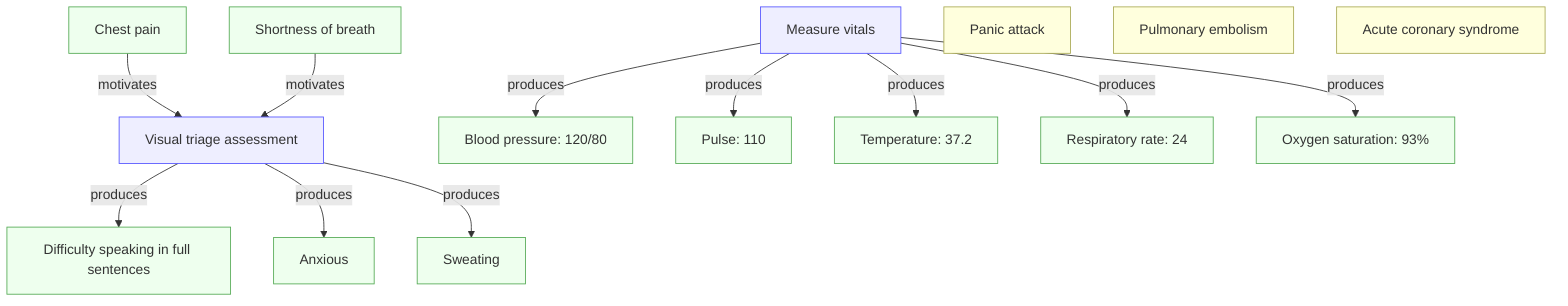
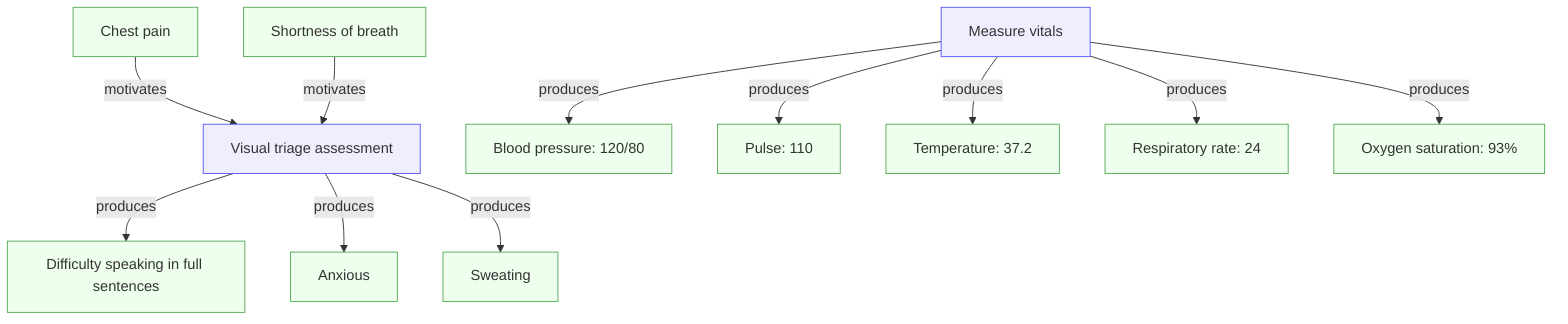
flowchart TD
  O1["Chest pain"]
  O2["Shortness of breath"]

  A1["Visual triage assessment"]
  O6["Difficulty speaking in full sentences"]
  O7["Anxious"]
  O8["Sweating"]

  A2["Measure vitals"]
  O3["Blood pressure: 120/80"]
  O4["Pulse: 110"]
  O5["Temperature: 37.2"]
  O9["Respiratory rate: 24"]
  O10["Oxygen saturation: 93%"]

  O1 -->|motivates| A1
  O2 -->|motivates| A1

  A1 -->|produces| O6
  A1 -->|produces| O7
  A1 -->|produces| O8

  A2 -->|produces| O3
  A2 -->|produces| O4
  A2 -->|produces| O5
  A2 -->|produces| O9
  A2 -->|produces| O10


-   H1["Panic attack"]
-   H2["Pulmonary embolism"]
-   H3["Acute coronary syndrome"]
+   %% H1["Panic attack"]
+   %% H2["Pulmonary embolism"]
+   %% H3["Acute coronary syndrome"]

  classDef obs fill:#efe,stroke:#5a5;
  classDef action fill:#eef,stroke:#55f;
-   classDef hyo fill:#ffd,stroke:#aa5
+   %% classDef hyo fill:#ffd,stroke:#aa5

  class O1 obs
  class O2 obs
  class O3 obs
  class O4 obs
  class O5 obs
  class O6 obs
  class O7 obs
  class O8 obs
  class O9 obs
  class O10 obs
  class A1 action
  class A2 action
-   class H1 hyo
-   class H2 hyo
-   class H3 hyo
+   %% class H1 hyo
+   %% class H2 hyo
+   %% class H3 hyo



